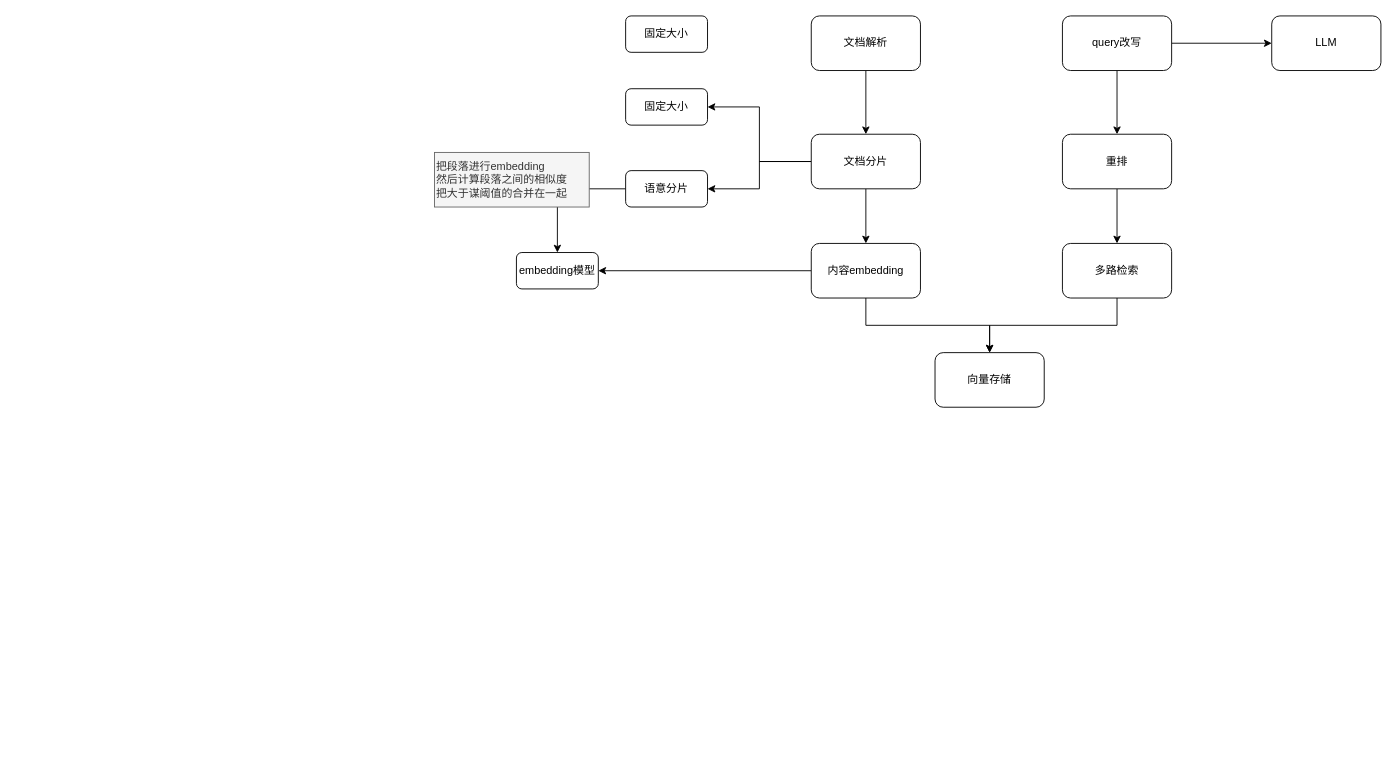
Earlier version of the draw.io diagram page "大模型" (2 of 2) of storage.drawio (lovercode/drawio). Source tidied: cells renumbered, new cells numbered last; positions are measured from the earlier drawing's top-left corner, leaving out a move shared by most shapes. Both pictures are drawn from the tidied source at 91%, with x=0, y=0 at pixel (434, 15).
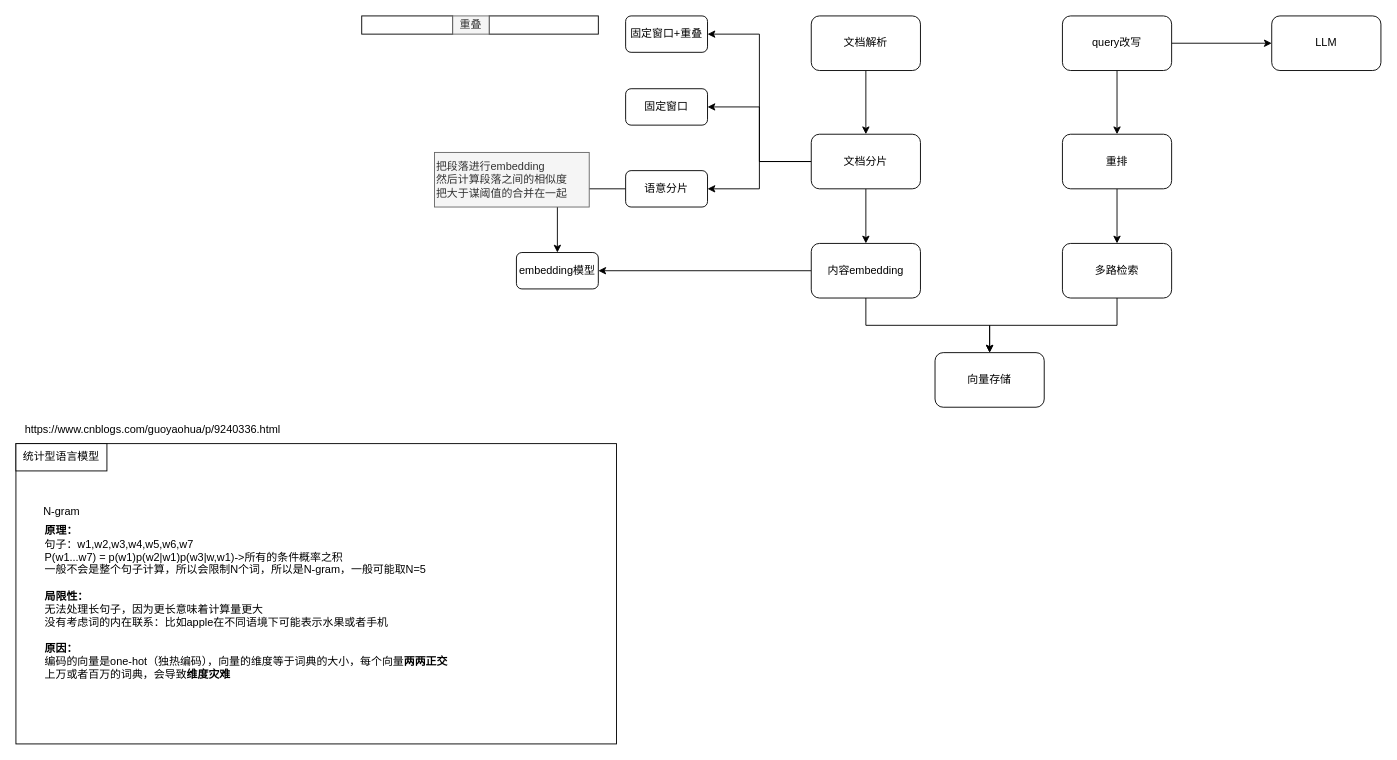
After the change.

Unchanged cells that the change refers to:
```xml
<mxCell id="7" value="文档分片" style="rounded=1;whiteSpace=wrap;html=1;" parent="1" vertex="1">
  <mxGeometry x="414" y="130" width="120" height="60" as="geometry" />
</mxCell>
```

Change to the diagram source:
```diff
@@
+    <mxCell id="26" style="edgeStyle=orthogonalEdgeStyle;rounded=0;jettySize=auto;html=1;exitX=0;exitY=0.5;exitDx=0;exitDy=0;entryX=1;entryY=0.5;entryDx=0;entryDy=0;" parent="1" edge="1" source="7" target="25">
+      <mxGeometry relative="1" as="geometry" />
+    </mxCell>
@@
-    <mxCell id="22" value="固定大小" style="rounded=1;whiteSpace=wrap;html=1;" parent="1" vertex="1">
+    <mxCell id="22" value="固定窗口" style="rounded=1;whiteSpace=wrap;html=1;" parent="1" vertex="1">
       <mxGeometry x="210" y="80" width="90" height="40" as="geometry" />
     </mxCell>
@@
-    <mxCell id="25" value="固定大小" style="rounded=1;whiteSpace=wrap;html=1;" parent="1" vertex="1">
+    <mxCell id="25" value="固定窗口+重叠" style="rounded=1;whiteSpace=wrap;html=1;" parent="1" vertex="1">
       <mxGeometry x="210" width="90" height="40" as="geometry" />
     </mxCell>
+    <mxCell id="27" style="rounded=0;whiteSpace=wrap;html=1;" parent="1" vertex="1">
+      <mxGeometry x="-80" width="100" height="20" as="geometry" />
+    </mxCell>
+    <mxCell id="28" style="rounded=0;whiteSpace=wrap;html=1;" parent="1" vertex="1">
+      <mxGeometry x="60" width="120" height="20" as="geometry" />
+    </mxCell>
+    <mxCell id="29" value="重叠" style="rounded=0;whiteSpace=wrap;html=1;fillColor=#f5f5f5;fontColor=#333333;strokeColor=#666666;" parent="1" vertex="1">
+      <mxGeometry x="20" width="40" height="20" as="geometry" />
+    </mxCell>
+    <mxCell id="30" style="rounded=0;whiteSpace=wrap;html=1;fillColor=none;" parent="1" vertex="1">
+      <mxGeometry x="-460" y="470" width="660" height="330" as="geometry" />
+    </mxCell>
+    <mxCell id="31" value="统计型语言模型" style="rounded=0;whiteSpace=wrap;html=1;" parent="1" vertex="1">
+      <mxGeometry x="-460" y="470" width="100" height="30" as="geometry" />
+    </mxCell>
+    <mxCell id="32" value="N-gram" style="text;html=1;align=center;verticalAlign=middle;strokeColor=none;fillColor=none;" parent="1" vertex="1">
+      <mxGeometry x="-440" y="530" width="60" height="30" as="geometry" />
+    </mxCell>
+    <mxCell id="33" value="&lt;div&gt;&lt;b&gt;原理：&lt;/b&gt;&lt;/div&gt;句子：w1,w2,w3,w4,w5,w6,w7&lt;div&gt;P(w1...w7) = p(w1)p(w2|w1)p(w3|w,w1)-&amp;gt;所有的条件概率之积&lt;/div&gt;&lt;div&gt;一般不会是整个句子计算，所以会限制N个词，所以是N-gram，一般可能取N=5&lt;br&gt;&lt;br&gt;&lt;b&gt;局限性：&lt;/b&gt;&lt;/div&gt;&lt;div&gt;无法处理长句子，因为更长意味着计算量更大&lt;br&gt;没有考虑词的内在联系：比如apple在不同语境下可能表示水果或者手机&lt;br&gt;&lt;br&gt;&lt;b&gt;原因：&lt;/b&gt;&lt;/div&gt;&lt;div&gt;编码的向量是one-hot（独热编码），向量的维度等于词典的大小，每个向量&lt;b&gt;两两正交&lt;/b&gt;&lt;/div&gt;&lt;div&gt;上万或者百万的词典，会导致&lt;b&gt;维度灾难&lt;/b&gt;&lt;/div&gt;" style="text;html=1;align=left;verticalAlign=middle;strokeColor=none;fillColor=none;" parent="1" vertex="1">
+      <mxGeometry x="-430" y="550" width="470" height="190" as="geometry" />
+    </mxCell>
+    <mxCell id="34" value="https://www.cnblogs.com/guoyaohua/p/9240336.html" style="text;html=1;align=center;verticalAlign=middle;strokeColor=none;fillColor=none;" parent="1" vertex="1">
+      <mxGeometry x="-460" y="440" width="300" height="30" as="geometry" />
+    </mxCell>
```
